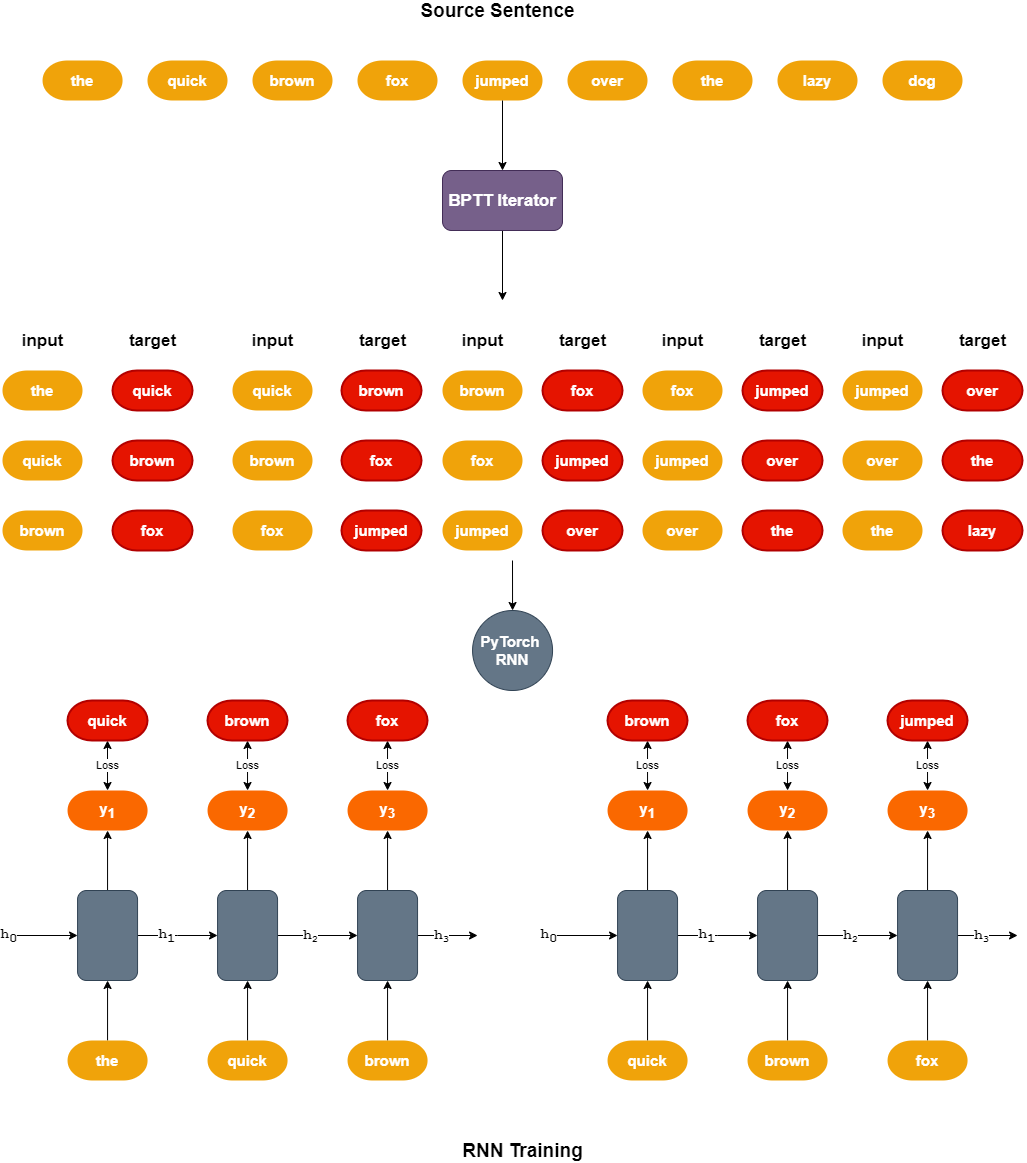
The draw.io diagram images/bptt_training.png in manujosephv/language_model_zero_to_hero, before a commit. Source tidied: cells renumbered, new cells last; positions are measured from the earlier drawing's top-left corner, leaving out a move shared by most shapes.
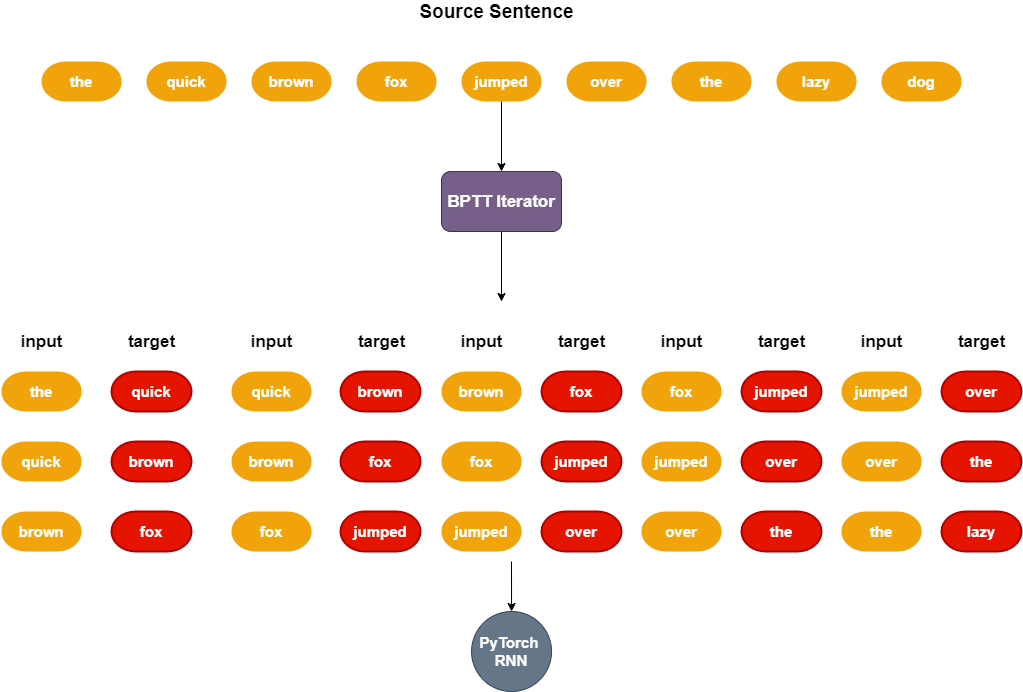
Later version of the same file.

The edit, as a diff of the source:
```diff
@@ -32,226 +32,6 @@
     <mxCell id="11" value="&lt;span style=&quot;font-size: 15px&quot;&gt;&lt;b&gt;dog&lt;/b&gt;&lt;/span&gt;" style="strokeWidth=2;html=1;shape=mxgraph.flowchart.terminator;whiteSpace=wrap;fillColor=#f0a30a;fontColor=#ffffff;strokeColor=none;" parent="1" vertex="1">
       <mxGeometry x="880" y="60" width="80" height="40" as="geometry" />
     </mxCell>
-    <mxCell id="12" style="edgeStyle=orthogonalEdgeStyle;rounded=0;jettySize=auto;html=1;" parent="1" edge="1" source="15" target="17">
-      <mxGeometry relative="1" as="geometry" />
-    </mxCell>
-    <mxCell id="13" style="edgeStyle=orthogonalEdgeStyle;rounded=0;jettySize=auto;html=1;" parent="1" edge="1" source="15" target="21">
-      <mxGeometry relative="1" as="geometry">
-        <Array as="points">
-          <mxPoint x="175.1" y="935" />
-          <mxPoint x="175.1" y="935" />
-        </Array>
-      </mxGeometry>
-    </mxCell>
-    <mxCell id="14" value="&lt;b style=&quot;font-family: &amp;#34;courier new&amp;#34; , &amp;#34;courier&amp;#34; , monospace ; font-size: 15px ; text-align: left&quot;&gt;h&lt;sub&gt;1&lt;/sub&gt;&lt;/b&gt;" style="edgeLabel;html=1;align=center;verticalAlign=middle;" parent="13" vertex="1">
-      <mxGeometry x="-0.29" relative="1" as="geometry" />
-    </mxCell>
-    <mxCell id="15" style="rounded=1;whiteSpace=wrap;html=1;fillColor=#647687;strokeColor=#314354;fontColor=#ffffff;" parent="1" vertex="1">
-      <mxGeometry x="75.1" y="890" width="60" height="90" as="geometry" />
-    </mxCell>
-    <mxCell id="16" style="edgeStyle=orthogonalEdgeStyle;rounded=0;jettySize=auto;html=1;entryX=0.5;entryY=1;entryDx=0;entryDy=0;" parent="1" edge="1" target="15">
-      <mxGeometry relative="1" as="geometry">
-        <mxPoint x="105.1" y="1040" as="sourcePoint" />
-      </mxGeometry>
-    </mxCell>
-    <mxCell id="17" value="&lt;span style=&quot;font-size: 15px&quot;&gt;&lt;b&gt;y&lt;sub&gt;1&lt;/sub&gt;&lt;/b&gt;&lt;/span&gt;" style="strokeWidth=2;html=1;shape=mxgraph.flowchart.terminator;whiteSpace=wrap;fillColor=#fa6800;fontColor=#ffffff;strokeColor=none;" parent="1" vertex="1">
-      <mxGeometry x="65.1" y="790" width="80" height="40" as="geometry" />
-    </mxCell>
-    <mxCell id="18" style="edgeStyle=orthogonalEdgeStyle;rounded=0;jettySize=auto;html=1;" parent="1" edge="1" source="21" target="23">
-      <mxGeometry relative="1" as="geometry" />
-    </mxCell>
-    <mxCell id="19" style="edgeStyle=orthogonalEdgeStyle;rounded=0;jettySize=auto;html=1;" parent="1" edge="1" source="21" target="27">
-      <mxGeometry relative="1" as="geometry" />
-    </mxCell>
-    <mxCell id="20" value="&lt;b style=&quot;font-family: &amp;#34;courier new&amp;#34; , &amp;#34;courier&amp;#34; , monospace ; font-size: 15px ; text-align: left&quot;&gt;h&lt;/b&gt;&lt;b style=&quot;font-family: &amp;#34;courier new&amp;#34; , &amp;#34;courier&amp;#34; , monospace ; text-align: left ; font-size: 12.5px&quot;&gt;&lt;sub&gt;2&lt;/sub&gt;&lt;/b&gt;" style="edgeLabel;html=1;align=center;verticalAlign=middle;" parent="19" vertex="1">
-      <mxGeometry x="-0.22" y="1" relative="1" as="geometry" />
-    </mxCell>
-    <mxCell id="21" style="rounded=1;whiteSpace=wrap;html=1;fillColor=#647687;strokeColor=#314354;fontColor=#ffffff;" parent="1" vertex="1">
-      <mxGeometry x="215.1" y="890" width="60" height="90" as="geometry" />
-    </mxCell>
-    <mxCell id="22" style="edgeStyle=orthogonalEdgeStyle;rounded=0;jettySize=auto;html=1;entryX=0.5;entryY=1;entryDx=0;entryDy=0;" parent="1" edge="1" target="21">
-      <mxGeometry relative="1" as="geometry">
-        <mxPoint x="245.1" y="1040" as="sourcePoint" />
-      </mxGeometry>
-    </mxCell>
-    <mxCell id="23" value="&lt;span style=&quot;font-size: 15px&quot;&gt;&lt;b&gt;y&lt;sub&gt;2&lt;/sub&gt;&lt;/b&gt;&lt;/span&gt;" style="strokeWidth=2;html=1;shape=mxgraph.flowchart.terminator;whiteSpace=wrap;fillColor=#fa6800;fontColor=#ffffff;strokeColor=none;" parent="1" vertex="1">
-      <mxGeometry x="205.1" y="790" width="80" height="40" as="geometry" />
-    </mxCell>
-    <mxCell id="24" style="edgeStyle=orthogonalEdgeStyle;rounded=0;jettySize=auto;html=1;" parent="1" edge="1" source="27" target="29">
-      <mxGeometry relative="1" as="geometry" />
-    </mxCell>
-    <mxCell id="25" style="edgeStyle=orthogonalEdgeStyle;rounded=0;jettySize=auto;html=1;" parent="1" edge="1" source="27">
-      <mxGeometry relative="1" as="geometry">
-        <mxPoint x="475.1" y="935" as="targetPoint" />
-        <Array as="points">
-          <mxPoint x="435.1" y="935" />
-          <mxPoint x="435.1" y="935" />
-        </Array>
-      </mxGeometry>
-    </mxCell>
-    <mxCell id="26" value="&lt;b style=&quot;font-family: &amp;#34;courier new&amp;#34; , &amp;#34;courier&amp;#34; , monospace ; font-size: 15px ; text-align: left&quot;&gt;h&lt;/b&gt;&lt;b style=&quot;font-family: &amp;#34;courier new&amp;#34; , &amp;#34;courier&amp;#34; , monospace ; text-align: left ; font-size: 12.5px&quot;&gt;&lt;sub&gt;3&lt;/sub&gt;&lt;/b&gt;" style="edgeLabel;html=1;align=center;verticalAlign=middle;" parent="25" vertex="1">
-      <mxGeometry x="-0.24" y="1" relative="1" as="geometry" />
-    </mxCell>
-    <mxCell id="27" style="rounded=1;whiteSpace=wrap;html=1;fillColor=#647687;strokeColor=#314354;fontColor=#ffffff;" parent="1" vertex="1">
-      <mxGeometry x="355.1" y="890" width="60" height="90" as="geometry" />
-    </mxCell>
-    <mxCell id="28" style="edgeStyle=orthogonalEdgeStyle;rounded=0;jettySize=auto;html=1;entryX=0.5;entryY=1;entryDx=0;entryDy=0;" parent="1" edge="1" target="27">
-      <mxGeometry relative="1" as="geometry">
-        <mxPoint x="385.1" y="1040" as="sourcePoint" />
-      </mxGeometry>
-    </mxCell>
-    <mxCell id="29" value="&lt;span style=&quot;font-size: 15px&quot;&gt;&lt;b&gt;y&lt;sub&gt;3&lt;/sub&gt;&lt;/b&gt;&lt;/span&gt;" style="strokeWidth=2;html=1;shape=mxgraph.flowchart.terminator;whiteSpace=wrap;fillColor=#fa6800;fontColor=#ffffff;strokeColor=none;" parent="1" vertex="1">
-      <mxGeometry x="345.1" y="790" width="80" height="40" as="geometry" />
-    </mxCell>
-    <mxCell id="30" style="endArrow=classic;html=1;entryX=0;entryY=0.5;entryDx=0;entryDy=0;" parent="1" edge="1" target="15">
-      <mxGeometry relative="1" as="geometry">
-        <mxPoint x="5.1" y="935" as="sourcePoint" />
-      </mxGeometry>
-    </mxCell>
-    <mxCell id="31" value="&lt;span style=&quot;font-family: &amp;#34;courier new&amp;#34; , &amp;#34;courier&amp;#34; , monospace ; font-size: 15px ; text-align: left&quot;&gt;&lt;b&gt;h&lt;sub&gt;0&lt;/sub&gt;&lt;/b&gt;&lt;/span&gt;" style="edgeLabel;html=1;align=center;verticalAlign=middle;" parent="30" vertex="1">
-      <mxGeometry x="-0.34" y="-1" relative="1" as="geometry">
-        <mxPoint x="-23.1" y="-1" as="offset" />
-      </mxGeometry>
-    </mxCell>
-    <mxCell id="32" value="&lt;span style=&quot;font-size: 15px&quot;&gt;&lt;b&gt;the&lt;/b&gt;&lt;/span&gt;" style="strokeWidth=2;html=1;shape=mxgraph.flowchart.terminator;whiteSpace=wrap;fillColor=#f0a30a;fontColor=#ffffff;strokeColor=none;" parent="1" vertex="1">
-      <mxGeometry x="65.1" y="1040" width="80" height="40" as="geometry" />
-    </mxCell>
-    <mxCell id="33" value="&lt;span style=&quot;font-size: 15px&quot;&gt;&lt;b&gt;quick&lt;/b&gt;&lt;/span&gt;" style="strokeWidth=2;html=1;shape=mxgraph.flowchart.terminator;whiteSpace=wrap;fillColor=#f0a30a;fontColor=#ffffff;strokeColor=none;" parent="1" vertex="1">
-      <mxGeometry x="205.1" y="1040" width="80" height="40" as="geometry" />
-    </mxCell>
-    <mxCell id="34" value="&lt;span style=&quot;font-size: 15px&quot;&gt;&lt;b&gt;brown&lt;/b&gt;&lt;/span&gt;" style="strokeWidth=2;html=1;shape=mxgraph.flowchart.terminator;whiteSpace=wrap;fillColor=#f0a30a;fontColor=#ffffff;strokeColor=none;" parent="1" vertex="1">
-      <mxGeometry x="345.1" y="1040" width="80" height="40" as="geometry" />
-    </mxCell>
-    <mxCell id="35" value="Loss" style="edgeStyle=none;rounded=0;jettySize=auto;html=1;startArrow=classic;startFill=1;" parent="1" edge="1" source="36" target="17">
-      <mxGeometry relative="1" as="geometry">
-        <Array as="points">
-          <mxPoint x="105" y="760" />
-        </Array>
-      </mxGeometry>
-    </mxCell>
-    <mxCell id="36" value="&lt;span style=&quot;font-size: 15px&quot;&gt;&lt;b&gt;quick&lt;/b&gt;&lt;/span&gt;" style="strokeWidth=2;html=1;shape=mxgraph.flowchart.terminator;whiteSpace=wrap;fillColor=#e51400;fontColor=#ffffff;strokeColor=#B20000;" parent="1" vertex="1">
-      <mxGeometry x="65" y="700" width="80" height="40" as="geometry" />
-    </mxCell>
-    <mxCell id="37" value="Loss" style="edgeStyle=none;rounded=0;jettySize=auto;html=1;startArrow=classic;startFill=1;" parent="1" edge="1" source="38" target="23">
-      <mxGeometry relative="1" as="geometry" />
-    </mxCell>
-    <mxCell id="38" value="&lt;span style=&quot;font-size: 15px&quot;&gt;&lt;b&gt;brown&lt;/b&gt;&lt;/span&gt;" style="strokeWidth=2;html=1;shape=mxgraph.flowchart.terminator;whiteSpace=wrap;fillColor=#e51400;fontColor=#ffffff;strokeColor=#B20000;" parent="1" vertex="1">
-      <mxGeometry x="205" y="700" width="80" height="40" as="geometry" />
-    </mxCell>
-    <mxCell id="39" value="Loss" style="edgeStyle=none;rounded=0;jettySize=auto;html=1;startArrow=classic;startFill=1;" parent="1" edge="1" source="40" target="29">
-      <mxGeometry relative="1" as="geometry" />
-    </mxCell>
-    <mxCell id="40" value="&lt;span style=&quot;font-size: 15px&quot;&gt;&lt;b&gt;fox&lt;/b&gt;&lt;/span&gt;" style="strokeWidth=2;html=1;shape=mxgraph.flowchart.terminator;whiteSpace=wrap;fillColor=#e51400;fontColor=#ffffff;strokeColor=#B20000;" parent="1" vertex="1">
-      <mxGeometry x="345" y="700" width="80" height="40" as="geometry" />
-    </mxCell>
-    <mxCell id="41" style="edgeStyle=orthogonalEdgeStyle;rounded=0;jettySize=auto;html=1;" parent="1" edge="1" source="44" target="46">
-      <mxGeometry relative="1" as="geometry" />
-    </mxCell>
-    <mxCell id="42" style="edgeStyle=orthogonalEdgeStyle;rounded=0;jettySize=auto;html=1;" parent="1" edge="1" source="44" target="50">
-      <mxGeometry relative="1" as="geometry">
-        <Array as="points">
-          <mxPoint x="715.1" y="935" />
-          <mxPoint x="715.1" y="935" />
-        </Array>
-      </mxGeometry>
-    </mxCell>
-    <mxCell id="43" value="&lt;b style=&quot;font-family: &amp;#34;courier new&amp;#34; , &amp;#34;courier&amp;#34; , monospace ; font-size: 15px ; text-align: left&quot;&gt;h&lt;sub&gt;1&lt;/sub&gt;&lt;/b&gt;" style="edgeLabel;html=1;align=center;verticalAlign=middle;" parent="42" vertex="1">
-      <mxGeometry x="-0.29" relative="1" as="geometry" />
-    </mxCell>
-    <mxCell id="44" style="rounded=1;whiteSpace=wrap;html=1;fillColor=#647687;strokeColor=#314354;fontColor=#ffffff;" parent="1" vertex="1">
-      <mxGeometry x="615.1" y="890" width="60" height="90" as="geometry" />
-    </mxCell>
-    <mxCell id="45" style="edgeStyle=orthogonalEdgeStyle;rounded=0;jettySize=auto;html=1;entryX=0.5;entryY=1;entryDx=0;entryDy=0;" parent="1" edge="1" target="44">
-      <mxGeometry relative="1" as="geometry">
-        <mxPoint x="645.1" y="1040" as="sourcePoint" />
-      </mxGeometry>
-    </mxCell>
-    <mxCell id="46" value="&lt;span style=&quot;font-size: 15px&quot;&gt;&lt;b&gt;y&lt;sub&gt;1&lt;/sub&gt;&lt;/b&gt;&lt;/span&gt;" style="strokeWidth=2;html=1;shape=mxgraph.flowchart.terminator;whiteSpace=wrap;fillColor=#fa6800;fontColor=#ffffff;strokeColor=none;" parent="1" vertex="1">
-      <mxGeometry x="605.1" y="790" width="80" height="40" as="geometry" />
-    </mxCell>
-    <mxCell id="47" style="edgeStyle=orthogonalEdgeStyle;rounded=0;jettySize=auto;html=1;" parent="1" edge="1" source="50" target="52">
-      <mxGeometry relative="1" as="geometry" />
-    </mxCell>
-    <mxCell id="48" style="edgeStyle=orthogonalEdgeStyle;rounded=0;jettySize=auto;html=1;" parent="1" edge="1" source="50" target="56">
-      <mxGeometry relative="1" as="geometry" />
-    </mxCell>
-    <mxCell id="49" value="&lt;b style=&quot;font-family: &amp;#34;courier new&amp;#34; , &amp;#34;courier&amp;#34; , monospace ; font-size: 15px ; text-align: left&quot;&gt;h&lt;/b&gt;&lt;b style=&quot;font-family: &amp;#34;courier new&amp;#34; , &amp;#34;courier&amp;#34; , monospace ; text-align: left ; font-size: 12.5px&quot;&gt;&lt;sub&gt;2&lt;/sub&gt;&lt;/b&gt;" style="edgeLabel;html=1;align=center;verticalAlign=middle;" parent="48" vertex="1">
-      <mxGeometry x="-0.22" y="1" relative="1" as="geometry" />
-    </mxCell>
-    <mxCell id="50" style="rounded=1;whiteSpace=wrap;html=1;fillColor=#647687;strokeColor=#314354;fontColor=#ffffff;" parent="1" vertex="1">
-      <mxGeometry x="755.1" y="890" width="60" height="90" as="geometry" />
-    </mxCell>
-    <mxCell id="51" style="edgeStyle=orthogonalEdgeStyle;rounded=0;jettySize=auto;html=1;entryX=0.5;entryY=1;entryDx=0;entryDy=0;" parent="1" edge="1" target="50">
-      <mxGeometry relative="1" as="geometry">
-        <mxPoint x="785.1" y="1040" as="sourcePoint" />
-      </mxGeometry>
-    </mxCell>
-    <mxCell id="52" value="&lt;span style=&quot;font-size: 15px&quot;&gt;&lt;b&gt;y&lt;sub&gt;2&lt;/sub&gt;&lt;/b&gt;&lt;/span&gt;" style="strokeWidth=2;html=1;shape=mxgraph.flowchart.terminator;whiteSpace=wrap;fillColor=#fa6800;fontColor=#ffffff;strokeColor=none;" parent="1" vertex="1">
-      <mxGeometry x="745.1" y="790" width="80" height="40" as="geometry" />
-    </mxCell>
-    <mxCell id="53" style="edgeStyle=orthogonalEdgeStyle;rounded=0;jettySize=auto;html=1;" parent="1" edge="1" source="56" target="58">
-      <mxGeometry relative="1" as="geometry" />
-    </mxCell>
-    <mxCell id="54" style="edgeStyle=orthogonalEdgeStyle;rounded=0;jettySize=auto;html=1;" parent="1" edge="1" source="56">
-      <mxGeometry relative="1" as="geometry">
-        <mxPoint x="1015.1" y="935" as="targetPoint" />
-        <Array as="points">
-          <mxPoint x="975.1" y="935" />
-          <mxPoint x="975.1" y="935" />
-        </Array>
-      </mxGeometry>
-    </mxCell>
-    <mxCell id="55" value="&lt;b style=&quot;font-family: &amp;#34;courier new&amp;#34; , &amp;#34;courier&amp;#34; , monospace ; font-size: 15px ; text-align: left&quot;&gt;h&lt;/b&gt;&lt;b style=&quot;font-family: &amp;#34;courier new&amp;#34; , &amp;#34;courier&amp;#34; , monospace ; text-align: left ; font-size: 12.5px&quot;&gt;&lt;sub&gt;3&lt;/sub&gt;&lt;/b&gt;" style="edgeLabel;html=1;align=center;verticalAlign=middle;" parent="54" vertex="1">
-      <mxGeometry x="-0.24" y="1" relative="1" as="geometry" />
-    </mxCell>
-    <mxCell id="56" style="rounded=1;whiteSpace=wrap;html=1;fillColor=#647687;strokeColor=#314354;fontColor=#ffffff;" parent="1" vertex="1">
-      <mxGeometry x="895.1" y="890" width="60" height="90" as="geometry" />
-    </mxCell>
-    <mxCell id="57" style="edgeStyle=orthogonalEdgeStyle;rounded=0;jettySize=auto;html=1;entryX=0.5;entryY=1;entryDx=0;entryDy=0;" parent="1" edge="1" target="56">
-      <mxGeometry relative="1" as="geometry">
-        <mxPoint x="925.1" y="1040" as="sourcePoint" />
-      </mxGeometry>
-    </mxCell>
-    <mxCell id="58" value="&lt;span style=&quot;font-size: 15px&quot;&gt;&lt;b&gt;y&lt;sub&gt;3&lt;/sub&gt;&lt;/b&gt;&lt;/span&gt;" style="strokeWidth=2;html=1;shape=mxgraph.flowchart.terminator;whiteSpace=wrap;fillColor=#fa6800;fontColor=#ffffff;strokeColor=none;" parent="1" vertex="1">
-      <mxGeometry x="885.1" y="790" width="80" height="40" as="geometry" />
-    </mxCell>
-    <mxCell id="59" style="endArrow=classic;html=1;entryX=0;entryY=0.5;entryDx=0;entryDy=0;" parent="1" edge="1" target="44">
-      <mxGeometry relative="1" as="geometry">
-        <mxPoint x="545.1" y="935" as="sourcePoint" />
-      </mxGeometry>
-    </mxCell>
-    <mxCell id="60" value="&lt;span style=&quot;font-family: &amp;#34;courier new&amp;#34; , &amp;#34;courier&amp;#34; , monospace ; font-size: 15px ; text-align: left&quot;&gt;&lt;b&gt;h&lt;sub&gt;0&lt;/sub&gt;&lt;/b&gt;&lt;/span&gt;" style="edgeLabel;html=1;align=center;verticalAlign=middle;" parent="59" vertex="1">
-      <mxGeometry x="-0.34" y="-1" relative="1" as="geometry">
-        <mxPoint x="-23.1" y="-1" as="offset" />
-      </mxGeometry>
-    </mxCell>
-    <mxCell id="61" value="&lt;span style=&quot;font-size: 15px&quot;&gt;&lt;b&gt;quick&lt;/b&gt;&lt;/span&gt;" style="strokeWidth=2;html=1;shape=mxgraph.flowchart.terminator;whiteSpace=wrap;fillColor=#f0a30a;fontColor=#ffffff;strokeColor=none;" parent="1" vertex="1">
-      <mxGeometry x="605.1" y="1040" width="80" height="40" as="geometry" />
-    </mxCell>
-    <mxCell id="62" value="&lt;span style=&quot;font-size: 15px&quot;&gt;&lt;b&gt;brown&lt;/b&gt;&lt;/span&gt;" style="strokeWidth=2;html=1;shape=mxgraph.flowchart.terminator;whiteSpace=wrap;fillColor=#f0a30a;fontColor=#ffffff;strokeColor=none;" parent="1" vertex="1">
-      <mxGeometry x="745.1" y="1040" width="80" height="40" as="geometry" />
-    </mxCell>
-    <mxCell id="63" value="&lt;span style=&quot;font-size: 15px&quot;&gt;&lt;b&gt;fox&lt;/b&gt;&lt;/span&gt;" style="strokeWidth=2;html=1;shape=mxgraph.flowchart.terminator;whiteSpace=wrap;fillColor=#f0a30a;fontColor=#ffffff;strokeColor=none;" parent="1" vertex="1">
-      <mxGeometry x="885.1" y="1040" width="80" height="40" as="geometry" />
-    </mxCell>
-    <mxCell id="64" value="Loss" style="edgeStyle=none;rounded=0;jettySize=auto;html=1;entryX=0.5;entryY=0;entryDx=0;entryDy=0;entryPerimeter=0;startArrow=classic;startFill=1;" parent="1" edge="1" source="65" target="46">
-      <mxGeometry relative="1" as="geometry" />
-    </mxCell>
-    <mxCell id="65" value="&lt;span style=&quot;font-size: 15px&quot;&gt;&lt;b&gt;brown&lt;/b&gt;&lt;/span&gt;" style="strokeWidth=2;html=1;shape=mxgraph.flowchart.terminator;whiteSpace=wrap;fillColor=#e51400;fontColor=#ffffff;strokeColor=#B20000;" parent="1" vertex="1">
-      <mxGeometry x="605" y="700" width="80" height="40" as="geometry" />
-    </mxCell>
-    <mxCell id="66" value="Loss" style="edgeStyle=none;rounded=0;jettySize=auto;html=1;startArrow=classic;startFill=1;" parent="1" edge="1" source="67" target="52">
-      <mxGeometry relative="1" as="geometry" />
-    </mxCell>
-    <mxCell id="67" value="&lt;span style=&quot;font-size: 15px&quot;&gt;&lt;b&gt;fox&lt;/b&gt;&lt;/span&gt;" style="strokeWidth=2;html=1;shape=mxgraph.flowchart.terminator;whiteSpace=wrap;fillColor=#e51400;fontColor=#ffffff;strokeColor=#B20000;" parent="1" vertex="1">
-      <mxGeometry x="745" y="700" width="80" height="40" as="geometry" />
-    </mxCell>
-    <mxCell id="68" value="Loss" style="edgeStyle=none;rounded=0;jettySize=auto;html=1;startArrow=classic;startFill=1;" parent="1" edge="1" source="69" target="58">
-      <mxGeometry relative="1" as="geometry" />
-    </mxCell>
-    <mxCell id="69" value="&lt;span style=&quot;font-size: 15px&quot;&gt;&lt;b&gt;jumped&lt;/b&gt;&lt;/span&gt;" style="strokeWidth=2;html=1;shape=mxgraph.flowchart.terminator;whiteSpace=wrap;fillColor=#e51400;fontColor=#ffffff;strokeColor=#B20000;" parent="1" vertex="1">
-      <mxGeometry x="885" y="700" width="80" height="40" as="geometry" />
-    </mxCell>
     <mxCell id="70" style="group;" parent="1" vertex="1">
       <mxGeometry y="330" width="80" height="220" as="geometry" />
     </mxCell>
@@ -421,8 +201,5 @@
     <mxCell id="124" value="&lt;font style=&quot;font-size: 19px&quot;&gt;&lt;b&gt;Source Sentence&lt;/b&gt;&lt;/font&gt;" style="text;html=1;align=center;verticalAlign=middle;" parent="1" vertex="1">
       <mxGeometry x="410.1" width="170" height="20" as="geometry" />
     </mxCell>
-    <mxCell id="125" value="&lt;font style=&quot;font-size: 19px&quot;&gt;&lt;b&gt;RNN Training&lt;/b&gt;&lt;/font&gt;" style="text;html=1;align=center;verticalAlign=middle;" parent="1" vertex="1">
-      <mxGeometry x="450" y="1140" width="140" height="20" as="geometry" />
-    </mxCell>
   </root>
 </mxGraphModel>
```
